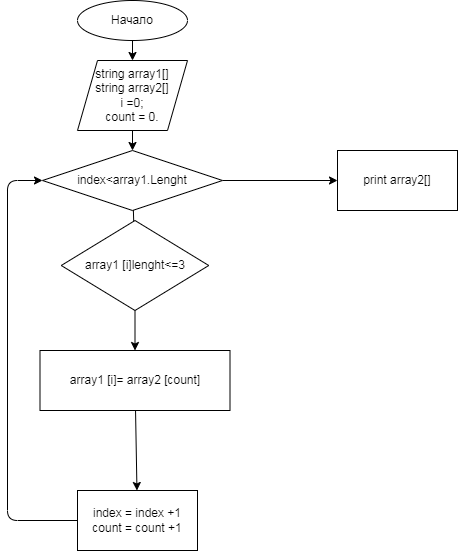
Before: BlockDiagram.drawio.png, a diagram exported from draw.io (FiryuzaLapteva/Final_Task). Source tidied: cells renumbered, new cells last; positions are measured from the earlier drawing's top-left corner, leaving out a move shared by most shapes.
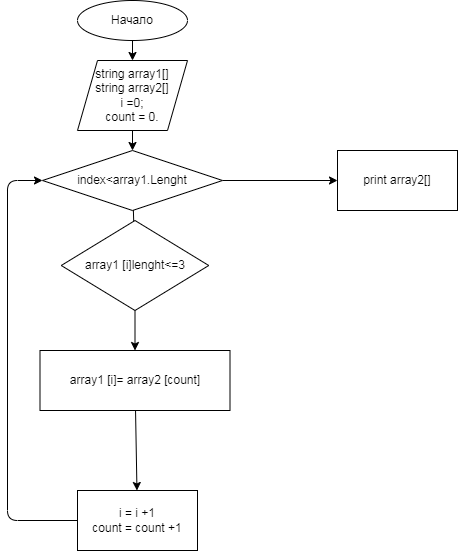
Later version of the same file.

Commit message:
исправили блок схему

What changed in the source:
```diff
@@ -40,7 +40,7 @@
     <mxCell id="13" style="edgeStyle=none;html=1;endArrow=none;" parent="1" edge="1" source="8" target="12">
       <mxGeometry relative="1" as="geometry" />
     </mxCell>
-    <mxCell id="14" value="index = index +1&lt;br&gt;count = count +1" style="whiteSpace=wrap;html=1;" parent="1" vertex="1">
+    <mxCell id="14" value="i = i +1&lt;br&gt;count = count +1" style="whiteSpace=wrap;html=1;" parent="1" vertex="1">
       <mxGeometry x="70" y="490" width="120" height="60" as="geometry" />
     </mxCell>
     <mxCell id="15" style="endArrow=classic;html=1;exitX=0;exitY=0.5;exitDx=0;exitDy=0;entryX=0;entryY=0.5;entryDx=0;entryDy=0;" parent="1" edge="1" source="14" target="8">
```
